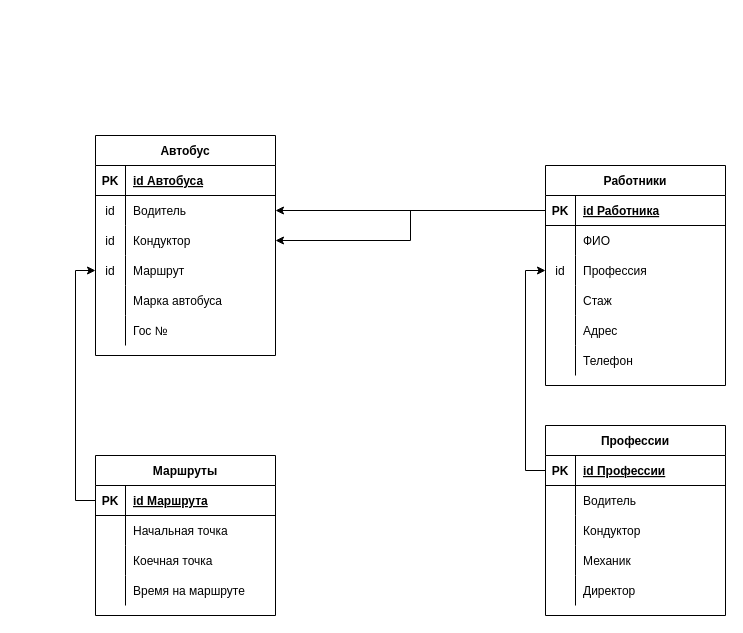
KonSV1/BD keeps this draw.io diagram as DZ_1/Диаграмма без названия.drawio. Above is the earlier version. Source tidied: cells renumbered, new cells numbered last; positions are measured from the earlier drawing's top-left corner, leaving out a move shared by most shapes. Both pictures are drawn from the tidied source at 100%, with x=0, y=0 at pixel (95, 135).
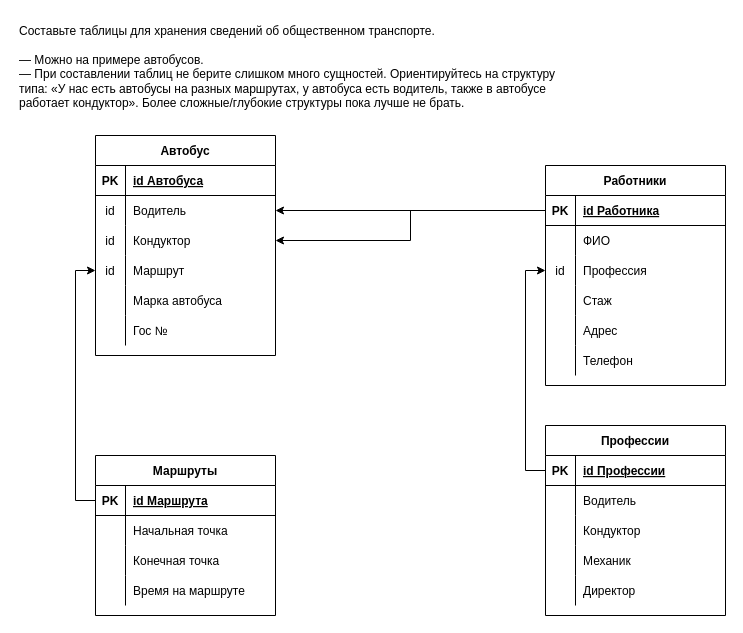
Above is the later version.

Unchanged cells that the change refers to:
```xml
<mxCell id="65" style="shape=tableRow;horizontal=0;startSize=0;swimlaneHead=0;swimlaneBody=0;fillColor=none;top=0;left=0;right=0;bottom=0;fontFamily=Helvetica;fontColor=#000000;labelBackgroundColor=#FFFFFF;strokeColor=#000000;" parent="58" vertex="1">
  <mxGeometry y="90" width="180" height="30" as="geometry" />
</mxCell>
```

The edit, as a diff of the source:
```diff
@@
-    <mxCell id="67" value="Коечная точка" style="shape=partialRectangle;fillColor=none;top=0;left=0;bottom=0;right=0;align=left;spacingLeft=6;overflow=hidden;fontFamily=Helvetica;fontColor=#000000;labelBackgroundColor=#FFFFFF;strokeColor=#000000;" parent="65" vertex="1">
+    <mxCell id="67" value="Конечная точка" style="shape=partialRectangle;fillColor=none;top=0;left=0;bottom=0;right=0;align=left;spacingLeft=6;overflow=hidden;fontFamily=Helvetica;fontColor=#000000;labelBackgroundColor=#FFFFFF;strokeColor=#000000;" parent="65" vertex="1">
       <mxGeometry x="30" width="150" height="30" as="geometry" />
     </mxCell>
@@
+    <mxCell id="73" value="Составьте таблицы для хранения сведений об общественном транспорте.&#10;&#10;— Можно на примере автобусов.&#10;— При составлении таблиц не берите слишком много сущностей. Ориентируйтесь на структуру типа: «У нас есть автобусы на разных маршрутах, у автобуса есть водитель, также в автобусе работает кондуктор». Более сложные/глубокие структуры пока лучше не брать." style="text;whiteSpace=wrap;html=1;" parent="1" vertex="1">
+      <mxGeometry x="-78" y="-118" width="550" height="108" as="geometry" />
+    </mxCell>
```
